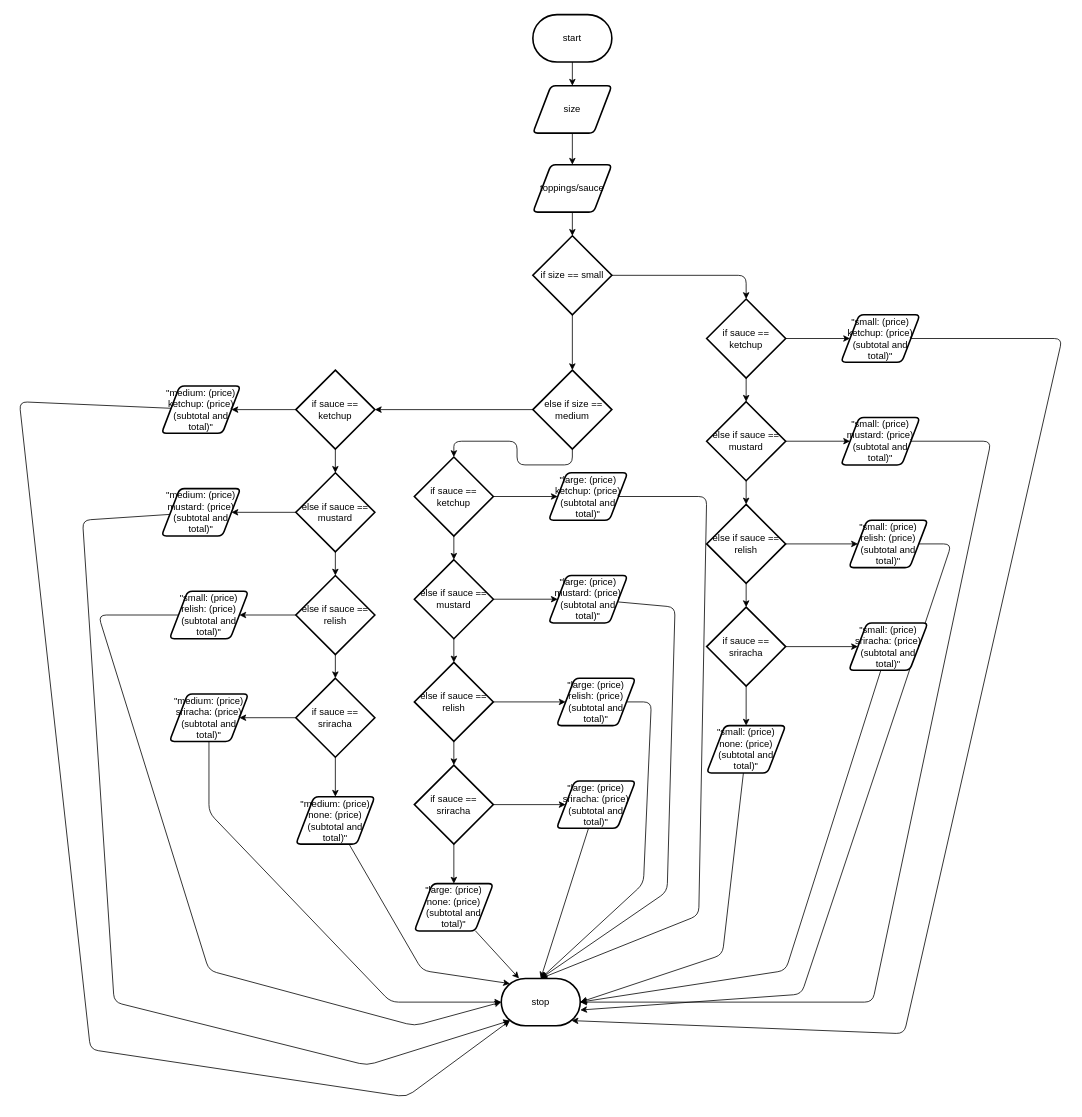
This is design/flowchart.drawio from sophie-nguyen-0/ICS2O-Assignment-4, a draw.io file, before an edit. Source tidied: cells renumbered, new cells numbered last; positions are measured from the earlier drawing's top-left corner, leaving out a move shared by most shapes. Both pictures are drawn from the tidied source at 79%, with x=0, y=0 at pixel (19, 14).
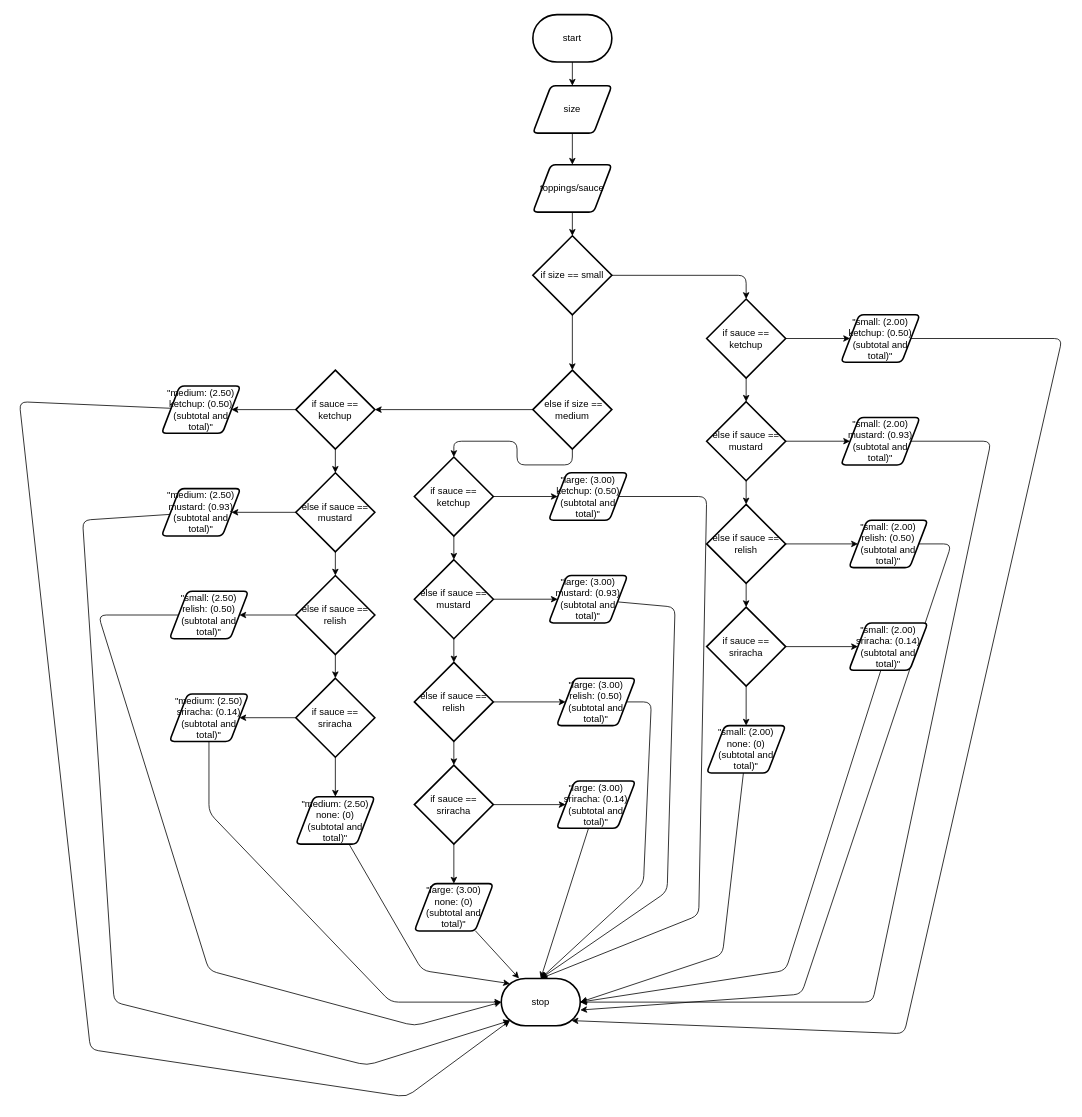
The same diagram, later.

Diff of the diagram source:
```diff
@@
-    <mxCell id="27" value="&quot;small: (price)&lt;br&gt;ketchup: (price)&lt;br&gt;(subtotal and total)&quot;" style="shape=parallelogram;html=1;strokeWidth=2;perimeter=parallelogramPerimeter;whiteSpace=wrap;rounded=1;arcSize=12;size=0.23;" parent="1" vertex="1">
+    <mxCell id="27" value="&quot;small: (2.00)&lt;br&gt;ketchup: (0.50)&lt;br&gt;(subtotal and total)&quot;" style="shape=parallelogram;html=1;strokeWidth=2;perimeter=parallelogramPerimeter;whiteSpace=wrap;rounded=1;arcSize=12;size=0.23;" parent="1" vertex="1">
       <mxGeometry x="1040" y="380" width="100" height="60" as="geometry" />
     </mxCell>
@@
-    <mxCell id="29" value="&quot;small: (price)&lt;br&gt;mustard: (price)&lt;br&gt;(subtotal and total)&quot;" style="shape=parallelogram;html=1;strokeWidth=2;perimeter=parallelogramPerimeter;whiteSpace=wrap;rounded=1;arcSize=12;size=0.23;" parent="1" vertex="1">
+    <mxCell id="29" value="&quot;small: (2.00)&lt;br&gt;mustard: (0.93)&lt;br&gt;(subtotal and total)&quot;" style="shape=parallelogram;html=1;strokeWidth=2;perimeter=parallelogramPerimeter;whiteSpace=wrap;rounded=1;arcSize=12;size=0.23;" parent="1" vertex="1">
       <mxGeometry x="1040" y="510" width="100" height="60" as="geometry" />
     </mxCell>
@@
-    <mxCell id="31" value="&quot;small: (price)&lt;br&gt;relish: (price)&lt;br&gt;(subtotal and total)&quot;" style="shape=parallelogram;html=1;strokeWidth=2;perimeter=parallelogramPerimeter;whiteSpace=wrap;rounded=1;arcSize=12;size=0.23;" parent="1" vertex="1">
+    <mxCell id="31" value="&quot;small: (2.00)&lt;br&gt;relish: (0.50)&lt;br&gt;(subtotal and total)&quot;" style="shape=parallelogram;html=1;strokeWidth=2;perimeter=parallelogramPerimeter;whiteSpace=wrap;rounded=1;arcSize=12;size=0.23;" parent="1" vertex="1">
       <mxGeometry x="1050" y="640" width="100" height="60" as="geometry" />
     </mxCell>
@@
-    <mxCell id="33" value="&quot;small: (price)&lt;br&gt;sriracha: (price)&lt;br&gt;(subtotal and total)&quot;" style="shape=parallelogram;html=1;strokeWidth=2;perimeter=parallelogramPerimeter;whiteSpace=wrap;rounded=1;arcSize=12;size=0.23;" parent="1" vertex="1">
+    <mxCell id="33" value="&quot;small: (2.00)&lt;br&gt;sriracha: (0.14)&lt;br&gt;(subtotal and total)&quot;" style="shape=parallelogram;html=1;strokeWidth=2;perimeter=parallelogramPerimeter;whiteSpace=wrap;rounded=1;arcSize=12;size=0.23;" parent="1" vertex="1">
       <mxGeometry x="1050" y="770" width="100" height="60" as="geometry" />
     </mxCell>
@@
-    <mxCell id="35" value="&quot;small: (price)&lt;br&gt;none: (price)&lt;br&gt;(subtotal and total)&quot;" style="shape=parallelogram;html=1;strokeWidth=2;perimeter=parallelogramPerimeter;whiteSpace=wrap;rounded=1;arcSize=12;size=0.23;" parent="1" vertex="1">
+    <mxCell id="35" value="&quot;small: (2.00)&lt;br&gt;none: (0)&lt;br&gt;(subtotal and total)&quot;" style="shape=parallelogram;html=1;strokeWidth=2;perimeter=parallelogramPerimeter;whiteSpace=wrap;rounded=1;arcSize=12;size=0.23;" parent="1" vertex="1">
       <mxGeometry x="870" y="900" width="100" height="60" as="geometry" />
     </mxCell>
@@
-    <mxCell id="49" value="&quot;medium: (price)&lt;br&gt;ketchup: (price)&lt;br&gt;(subtotal and total)&quot;" style="shape=parallelogram;html=1;strokeWidth=2;perimeter=parallelogramPerimeter;whiteSpace=wrap;rounded=1;arcSize=12;size=0.23;" parent="1" vertex="1">
+    <mxCell id="49" value="&quot;medium: (2.50)&lt;br&gt;ketchup: (0.50)&lt;br&gt;(subtotal and total)&quot;" style="shape=parallelogram;html=1;strokeWidth=2;perimeter=parallelogramPerimeter;whiteSpace=wrap;rounded=1;arcSize=12;size=0.23;" parent="1" vertex="1">
       <mxGeometry x="180" y="470" width="100" height="60" as="geometry" />
     </mxCell>
@@
-    <mxCell id="51" value="&quot;medium: (price)&lt;br&gt;mustard: (price)&lt;br&gt;(subtotal and total)&quot;" style="shape=parallelogram;html=1;strokeWidth=2;perimeter=parallelogramPerimeter;whiteSpace=wrap;rounded=1;arcSize=12;size=0.23;" parent="1" vertex="1">
+    <mxCell id="51" value="&quot;medium: (2.50)&lt;br&gt;mustard: (0.93)&lt;br&gt;(subtotal and total)&quot;" style="shape=parallelogram;html=1;strokeWidth=2;perimeter=parallelogramPerimeter;whiteSpace=wrap;rounded=1;arcSize=12;size=0.23;" parent="1" vertex="1">
       <mxGeometry x="180" y="600" width="100" height="60" as="geometry" />
     </mxCell>
@@
-    <mxCell id="53" value="&quot;small: (price)&lt;br&gt;relish: (price)&lt;br&gt;(subtotal and total)&quot;" style="shape=parallelogram;html=1;strokeWidth=2;perimeter=parallelogramPerimeter;whiteSpace=wrap;rounded=1;arcSize=12;size=0.23;" parent="1" vertex="1">
+    <mxCell id="53" value="&quot;small: (2.50)&lt;br&gt;relish: (0.50)&lt;br&gt;(subtotal and total)&quot;" style="shape=parallelogram;html=1;strokeWidth=2;perimeter=parallelogramPerimeter;whiteSpace=wrap;rounded=1;arcSize=12;size=0.23;" parent="1" vertex="1">
       <mxGeometry x="190" y="730" width="100" height="60" as="geometry" />
     </mxCell>
@@
-    <mxCell id="55" value="&quot;medium: (price)&lt;br&gt;sriracha: (price)&lt;br&gt;(subtotal and total)&quot;" style="shape=parallelogram;html=1;strokeWidth=2;perimeter=parallelogramPerimeter;whiteSpace=wrap;rounded=1;arcSize=12;size=0.23;" parent="1" vertex="1">
+    <mxCell id="55" value="&quot;medium: (2.50)&lt;br&gt;sriracha: (0.14)&lt;br&gt;(subtotal and total)&quot;" style="shape=parallelogram;html=1;strokeWidth=2;perimeter=parallelogramPerimeter;whiteSpace=wrap;rounded=1;arcSize=12;size=0.23;" parent="1" vertex="1">
       <mxGeometry x="190" y="860" width="100" height="60" as="geometry" />
     </mxCell>
@@
-    <mxCell id="57" value="&quot;medium: (price)&lt;br&gt;none: (price)&lt;br&gt;(subtotal and total)&quot;" style="shape=parallelogram;html=1;strokeWidth=2;perimeter=parallelogramPerimeter;whiteSpace=wrap;rounded=1;arcSize=12;size=0.23;" parent="1" vertex="1">
+    <mxCell id="57" value="&quot;medium: (2.50)&lt;br&gt;none: (0)&lt;br&gt;(subtotal and total)&quot;" style="shape=parallelogram;html=1;strokeWidth=2;perimeter=parallelogramPerimeter;whiteSpace=wrap;rounded=1;arcSize=12;size=0.23;" parent="1" vertex="1">
       <mxGeometry x="350" y="990" width="100" height="60" as="geometry" />
     </mxCell>
@@
-    <mxCell id="71" value="&quot;large: (price)&lt;br&gt;ketchup: (price)&lt;br&gt;(subtotal and total)&quot;" style="shape=parallelogram;html=1;strokeWidth=2;perimeter=parallelogramPerimeter;whiteSpace=wrap;rounded=1;arcSize=12;size=0.23;" parent="1" vertex="1">
+    <mxCell id="71" value="&quot;large: (3.00)&lt;br&gt;ketchup: (0.50)&lt;br&gt;(subtotal and total)&quot;" style="shape=parallelogram;html=1;strokeWidth=2;perimeter=parallelogramPerimeter;whiteSpace=wrap;rounded=1;arcSize=12;size=0.23;" parent="1" vertex="1">
       <mxGeometry x="670" y="580" width="100" height="60" as="geometry" />
     </mxCell>
@@
-    <mxCell id="73" value="&quot;large: (price)&lt;br&gt;mustard: (price)&lt;br&gt;(subtotal and total)&quot;" style="shape=parallelogram;html=1;strokeWidth=2;perimeter=parallelogramPerimeter;whiteSpace=wrap;rounded=1;arcSize=12;size=0.23;" parent="1" vertex="1">
+    <mxCell id="73" value="&quot;large: (3.00)&lt;br&gt;mustard: (0.93)&lt;br&gt;(subtotal and total)&quot;" style="shape=parallelogram;html=1;strokeWidth=2;perimeter=parallelogramPerimeter;whiteSpace=wrap;rounded=1;arcSize=12;size=0.23;" parent="1" vertex="1">
       <mxGeometry x="670" y="710" width="100" height="60" as="geometry" />
     </mxCell>
@@
-    <mxCell id="75" value="&quot;large: (price)&lt;br&gt;relish: (price)&lt;br&gt;(subtotal and total)&quot;" style="shape=parallelogram;html=1;strokeWidth=2;perimeter=parallelogramPerimeter;whiteSpace=wrap;rounded=1;arcSize=12;size=0.23;" parent="1" vertex="1">
+    <mxCell id="75" value="&quot;large: (3.00)&lt;br&gt;relish: (0.50)&lt;br&gt;(subtotal and total)&quot;" style="shape=parallelogram;html=1;strokeWidth=2;perimeter=parallelogramPerimeter;whiteSpace=wrap;rounded=1;arcSize=12;size=0.23;" parent="1" vertex="1">
       <mxGeometry x="680" y="840" width="100" height="60" as="geometry" />
     </mxCell>
@@
-    <mxCell id="77" value="&quot;large: (price)&lt;br&gt;sriracha: (price)&lt;br&gt;(subtotal and total)&quot;" style="shape=parallelogram;html=1;strokeWidth=2;perimeter=parallelogramPerimeter;whiteSpace=wrap;rounded=1;arcSize=12;size=0.23;" parent="1" vertex="1">
+    <mxCell id="77" value="&quot;large: (3.00)&lt;br&gt;sriracha: (0.14)&lt;br&gt;(subtotal and total)&quot;" style="shape=parallelogram;html=1;strokeWidth=2;perimeter=parallelogramPerimeter;whiteSpace=wrap;rounded=1;arcSize=12;size=0.23;" parent="1" vertex="1">
       <mxGeometry x="680" y="970" width="100" height="60" as="geometry" />
     </mxCell>
@@
-    <mxCell id="79" value="&quot;large: (price)&lt;br&gt;none: (price)&lt;br&gt;(subtotal and total)&quot;" style="shape=parallelogram;html=1;strokeWidth=2;perimeter=parallelogramPerimeter;whiteSpace=wrap;rounded=1;arcSize=12;size=0.23;" parent="1" vertex="1">
+    <mxCell id="79" value="&quot;large: (3.00)&lt;br&gt;none: (0)&lt;br&gt;(subtotal and total)&quot;" style="shape=parallelogram;html=1;strokeWidth=2;perimeter=parallelogramPerimeter;whiteSpace=wrap;rounded=1;arcSize=12;size=0.23;" parent="1" vertex="1">
       <mxGeometry x="500" y="1100" width="100" height="60" as="geometry" />
     </mxCell>
```
